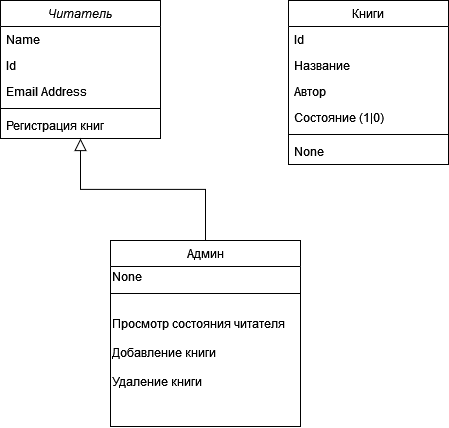
Before: source/Class.drawio.png, a diagram exported from draw.io (MrGrRabbit/libraryCLI). Source tidied: cells renumbered, new cells last; positions are measured from the earlier drawing's top-left corner, leaving out a move shared by most shapes.
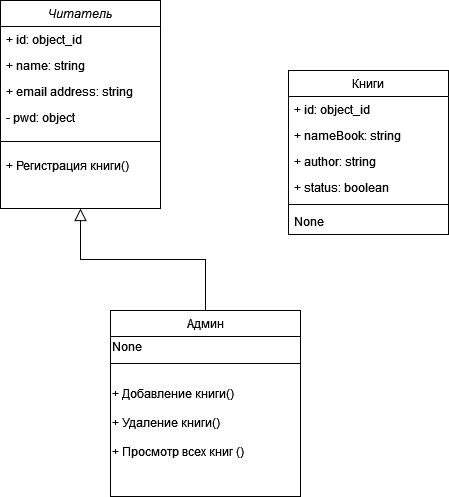
After the change.

Change to the diagram source:
```diff
@@ -3,22 +3,25 @@
     <mxCell id="0" />
     <mxCell id="1" parent="0" />
     <mxCell id="2" value="Читатель" style="swimlane;fontStyle=2;align=center;verticalAlign=top;horizontal=1;startSize=26;rounded=0;shadow=0;strokeWidth=1;" parent="1" vertex="1">
-      <mxGeometry width="160" height="138" as="geometry" />
+      <mxGeometry y="-70" width="160" height="208" as="geometry" />
     </mxCell>
-    <mxCell id="3" value="Name" style="text;align=left;verticalAlign=top;spacingLeft=4;spacingRight=4;overflow=hidden;" parent="2" vertex="1">
-      <mxGeometry y="26" width="160" height="26" as="geometry" />
-    </mxCell>
-    <mxCell id="4" value="Id" style="text;align=left;verticalAlign=top;spacingLeft=4;spacingRight=4;overflow=hidden;rounded=0;shadow=0;html=0;" parent="2" vertex="1">
-      <mxGeometry y="52" width="160" height="26" as="geometry" />
+    <mxCell id="4" value="+ id: object_id" style="text;align=left;verticalAlign=top;spacingLeft=4;spacingRight=4;overflow=hidden;rounded=0;shadow=0;html=0;" parent="2" vertex="1">
+      <mxGeometry y="26" width="160" height="26" as="geometry" />
     </mxCell>
+    <mxCell id="20" value="+ name: string" style="text;align=left;verticalAlign=top;spacingLeft=4;spacingRight=4;overflow=hidden;rounded=0;shadow=0;html=0;" parent="2" vertex="1">
+      <mxGeometry y="52" width="160" height="26" as="geometry" />
+    </mxCell>
-    <mxCell id="5" value="Email Address" style="text;align=left;verticalAlign=top;spacingLeft=4;spacingRight=4;overflow=hidden;rounded=0;shadow=0;html=0;" parent="2" vertex="1">
+    <mxCell id="5" value="+ email address: string&#10;&#10;" style="text;align=left;verticalAlign=top;spacingLeft=4;spacingRight=4;overflow=hidden;rounded=0;shadow=0;html=0;" parent="2" vertex="1">
       <mxGeometry y="78" width="160" height="26" as="geometry" />
     </mxCell>
+    <mxCell id="21" value="- pwd: object" style="text;align=left;verticalAlign=top;spacingLeft=4;spacingRight=4;overflow=hidden;rounded=0;shadow=0;html=0;" parent="2" vertex="1">
+      <mxGeometry y="104" width="160" height="26" as="geometry" />
+    </mxCell>
     <mxCell id="6" style="line;html=1;strokeWidth=1;align=left;verticalAlign=middle;spacingTop=-1;spacingLeft=3;spacingRight=3;labelPosition=right;" parent="2" vertex="1">
-      <mxGeometry y="104" width="160" height="8" as="geometry" />
+      <mxGeometry y="130" width="160" height="22" as="geometry" />
     </mxCell>
-    <mxCell id="7" value="Регистрация книг" style="text;align=left;verticalAlign=top;spacingLeft=4;spacingRight=4;overflow=hidden;" parent="2" vertex="1">
-      <mxGeometry y="112" width="160" height="26" as="geometry" />
+    <mxCell id="7" value="+ Регистрация книги()" style="text;align=left;verticalAlign=top;spacingLeft=4;spacingRight=4;overflow=hidden;" parent="2" vertex="1">
+      <mxGeometry y="152" width="160" height="26" as="geometry" />
     </mxCell>
     <mxCell id="8" value="Админ" style="swimlane;fontStyle=0;align=center;verticalAlign=top;horizontal=1;startSize=26;rounded=0;shadow=0;strokeWidth=1;" parent="1" vertex="1">
       <mxGeometry x="110" y="240" width="190" height="186" as="geometry" />
@@ -29,7 +32,7 @@
     <mxCell id="10" style="line;html=1;strokeWidth=1;align=left;verticalAlign=middle;spacingTop=-1;spacingLeft=3;spacingRight=3;labelPosition=right;" parent="8" vertex="1">
       <mxGeometry y="46" width="190" height="14" as="geometry" />
     </mxCell>
-    <mxCell id="11" value="&lt;div&gt;&lt;br&gt;&lt;/div&gt;&lt;div&gt;Просмотр состояния читателя&lt;/div&gt;&lt;div&gt;&lt;br&gt;&lt;/div&gt;&lt;div&gt;Добавление книги&lt;/div&gt;&lt;div&gt;&lt;br&gt;&lt;/div&gt;&lt;div&gt;Удаление книги&lt;/div&gt;" style="text;html=1;align=left;verticalAlign=middle;strokeColor=none;fillColor=none;spacing=2;perimeterSpacing=0;strokeWidth=2;" parent="8" vertex="1">
+    <mxCell id="11" value="&lt;br&gt;&lt;div&gt;+ Добавление книги()&lt;/div&gt;&lt;div&gt;&lt;br&gt;&lt;/div&gt;&lt;div&gt;+ Удаление книги()&lt;/div&gt;&lt;div&gt;&lt;br&gt;&lt;/div&gt;&lt;div&gt;+ Просмотр всех книг ()&lt;br&gt;&lt;/div&gt;" style="text;html=1;align=left;verticalAlign=middle;strokeColor=none;fillColor=none;spacing=2;perimeterSpacing=0;strokeWidth=2;" parent="8" vertex="1">
       <mxGeometry y="60" width="190" height="90" as="geometry" />
     </mxCell>
     <mxCell id="12" style="endArrow=block;endSize=10;endFill=0;shadow=0;strokeWidth=1;rounded=0;edgeStyle=elbowEdgeStyle;elbow=vertical;" parent="1" edge="1" source="8" target="2">
@@ -38,16 +41,16 @@
     <mxCell id="13" value="Книги" style="swimlane;fontStyle=0;align=center;verticalAlign=top;horizontal=1;startSize=26;rounded=0;shadow=0;strokeWidth=1;" parent="1" vertex="1">
       <mxGeometry x="288" width="160" height="164" as="geometry" />
     </mxCell>
-    <mxCell id="14" value="Id" style="text;align=left;verticalAlign=top;spacingLeft=4;spacingRight=4;overflow=hidden;" parent="13" vertex="1">
+    <mxCell id="14" value="+ id: object_id" style="text;align=left;verticalAlign=top;spacingLeft=4;spacingRight=4;overflow=hidden;" parent="13" vertex="1">
       <mxGeometry y="26" width="160" height="26" as="geometry" />
     </mxCell>
-    <mxCell id="15" value="Название" style="text;align=left;verticalAlign=top;spacingLeft=4;spacingRight=4;overflow=hidden;rounded=0;shadow=0;html=0;" parent="13" vertex="1">
+    <mxCell id="15" value="+ nameBook: string" style="text;align=left;verticalAlign=top;spacingLeft=4;spacingRight=4;overflow=hidden;rounded=0;shadow=0;html=0;" parent="13" vertex="1">
       <mxGeometry y="52" width="160" height="26" as="geometry" />
     </mxCell>
-    <mxCell id="16" value="Автор" style="text;align=left;verticalAlign=top;spacingLeft=4;spacingRight=4;overflow=hidden;rounded=0;shadow=0;html=0;" parent="13" vertex="1">
+    <mxCell id="16" value="+ author: string" style="text;align=left;verticalAlign=top;spacingLeft=4;spacingRight=4;overflow=hidden;rounded=0;shadow=0;html=0;" parent="13" vertex="1">
       <mxGeometry y="78" width="160" height="26" as="geometry" />
     </mxCell>
-    <mxCell id="17" value="Состояние (1|0)" style="text;align=left;verticalAlign=top;spacingLeft=4;spacingRight=4;overflow=hidden;rounded=0;shadow=0;html=0;" parent="13" vertex="1">
+    <mxCell id="17" value="+ status: boolean" style="text;align=left;verticalAlign=top;spacingLeft=4;spacingRight=4;overflow=hidden;rounded=0;shadow=0;html=0;" parent="13" vertex="1">
       <mxGeometry y="104" width="160" height="26" as="geometry" />
     </mxCell>
     <mxCell id="18" style="line;html=1;strokeWidth=1;align=left;verticalAlign=middle;spacingTop=-1;spacingLeft=3;spacingRight=3;labelPosition=right;" parent="13" vertex="1">
```
